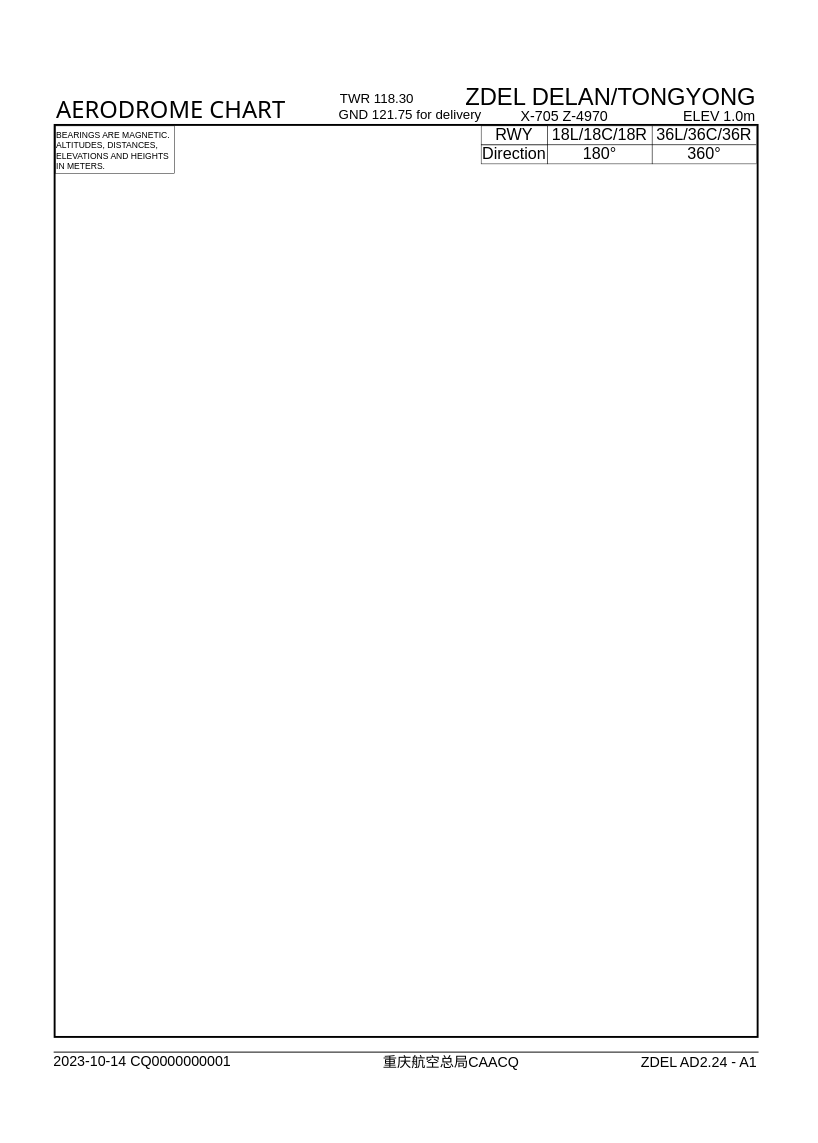
Before: test pic.drawio in HTony03/github_temp, a draw.io diagram. Source tidied: cells renumbered, new cells numbered last; positions are measured from the earlier drawing's top-left corner, leaving out a move shared by most shapes. Both pictures are drawn from the tidied source at 95%, with x=0, y=0 at pixel (16, 16).
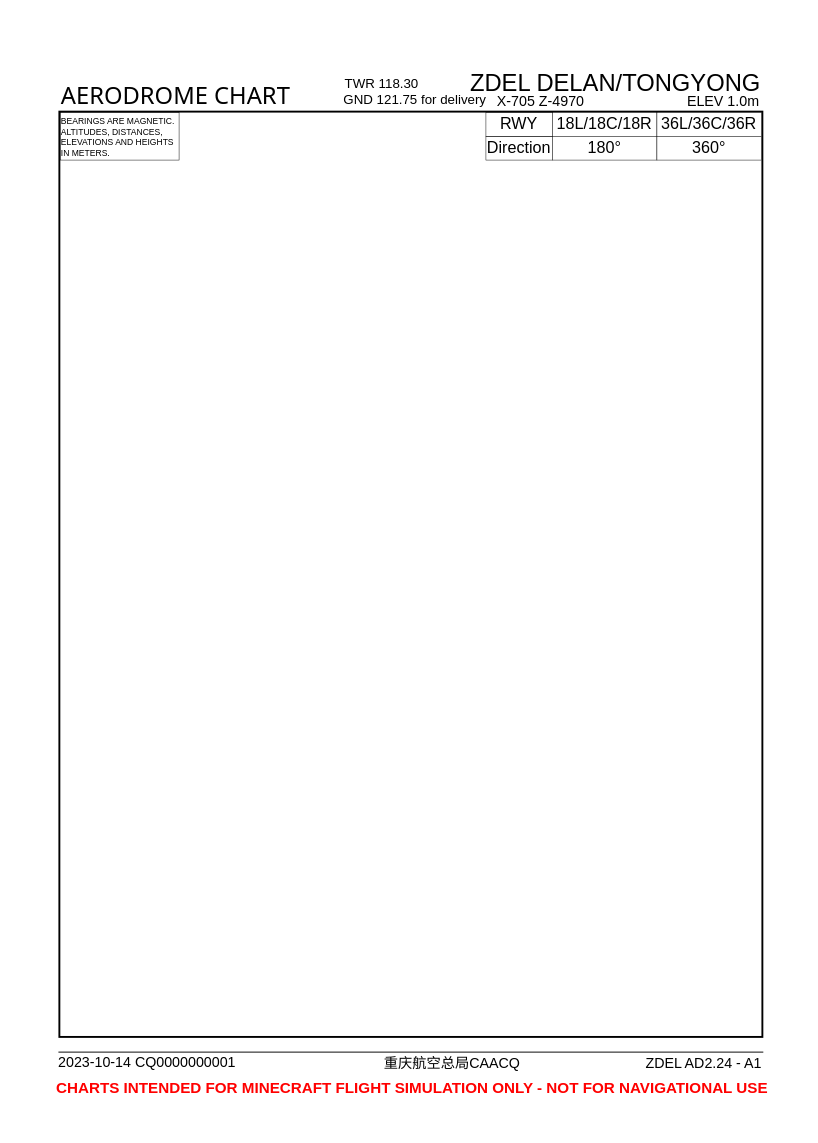
The same page after the edit.

Diff of the diagram source:
```diff
@@
-    <mxCell id="3" style="rounded=0;whiteSpace=wrap;html=1;strokeWidth=2;fillColor=none;" parent="1" vertex="1">
-      <mxGeometry x="40" y="114" width="740" height="960" as="geometry" />
-    </mxCell>
+    <mxCell id="20" style="rounded=0;whiteSpace=wrap;html=1;strokeWidth=2;fillColor=none;" parent="1" vertex="1">
+      <mxGeometry x="45" y="100" width="740" height="974" as="geometry" />
+    </mxCell>
     <mxCell id="4" value="&lt;span style=&quot;font-style: normal; font-variant-ligatures: normal; font-variant-caps: normal; letter-spacing: normal; orphans: 2; text-align: start; text-indent: 0px; text-transform: none; widows: 2; word-spacing: 0px; -webkit-text-stroke-width: 0px; text-decoration-thickness: initial; text-decoration-style: initial; text-decoration-color: initial; float: none; font-size: 25px; display: inline !important;&quot;&gt;&lt;font style=&quot;font-size: 25px;&quot;&gt;AERODROME CHART&lt;/font&gt;&lt;/span&gt;" style="text;html=1;whiteSpace=wrap;labelBackgroundColor=none;fontColor=#000000;fontFamily=Tahoma;fontStyle=0;fontSize=25;" parent="1" vertex="1">
-      <mxGeometry x="40" y="75" width="264" height="40" as="geometry" />
+      <mxGeometry x="45" y="60" width="264" height="40" as="geometry" />
     </mxCell>
     <mxCell id="5" value="&lt;font style=&quot;font-size: 25px;&quot;&gt;ZDEL DELAN/TONGYONG&lt;/font&gt;" style="text;html=1;align=center;verticalAlign=middle;strokeColor=none;fillColor=none;fontSize=25;" parent="1" vertex="1">
-      <mxGeometry x="460" y="64" width="330" height="40" as="geometry" />
+      <mxGeometry x="465" y="49" width="330" height="40" as="geometry" />
     </mxCell>
-    <mxCell id="6" value="X-705 Z-4970                   ELEV 1.0m " style="text;whiteSpace=wrap;fontSize=15;verticalAlign=middle;" parent="1" vertex="1">
-      <mxGeometry x="529" y="94" width="261" height="20" as="geometry" />
+    <mxCell id="6" value="X-705 Z-4970                          ELEV 1.0m " style="text;whiteSpace=wrap;fontSize=15;verticalAlign=middle;" parent="1" vertex="1">
+      <mxGeometry x="504" y="79" width="286" height="20" as="geometry" />
     </mxCell>
     <mxCell id="7" value="TWR 118.30" style="text;html=1;align=center;verticalAlign=middle;strokeColor=none;fillColor=none;fontSize=14;" parent="1" vertex="1">
-      <mxGeometry x="329" y="71" width="100" height="30" as="geometry" />
+      <mxGeometry x="334" y="56" width="100" height="30" as="geometry" />
     </mxCell>
     <mxCell id="8" value="GND 121.75 for delivery" style="text;html=1;align=center;verticalAlign=middle;strokeColor=none;fillColor=none;fontSize=14;" parent="1" vertex="1">
-      <mxGeometry x="329" y="88" width="170" height="30" as="geometry" />
+      <mxGeometry x="334" y="73" width="170" height="30" as="geometry" />
     </mxCell>
     <mxCell id="9" value="BEARINGS ARE MAGNETIC.&#10;ALTITUDES,   DISTANCES,&#10;ELEVATIONS AND HEIGHTS&#10;IN METERS." style="text;fontColor=#000000;verticalAlign=top;spacing=0;spacingTop=0;spacingBottom=0;horizontal=1;strokeColor=default;fontFamily=Helvetica;fontSize=9;spacingLeft=1;strokeWidth=0.5;perimeterSpacing=0;" parent="1" vertex="1">
-      <mxGeometry x="41" y="115" width="125" height="50" as="geometry" />
+      <mxGeometry x="46" y="101" width="125" height="50" as="geometry" />
     </mxCell>
     <mxCell id="10" value="&lt;font style=&quot;font-size: 17px;&quot;&gt;RWY&lt;/font&gt;" style="rounded=0;whiteSpace=wrap;html=1;fillColor=none;fontSize=17;strokeWidth=0.5;" parent="1" vertex="1">
-      <mxGeometry x="489" y="115" width="70" height="20" as="geometry" />
+      <mxGeometry x="494" y="101" width="70" height="25" as="geometry" />
     </mxCell>
     <mxCell id="11" value="18L/18C/18R" style="rounded=0;whiteSpace=wrap;html=1;fontSize=17;strokeWidth=0.5;" parent="1" vertex="1">
-      <mxGeometry x="559" y="115" width="110" height="20" as="geometry" />
+      <mxGeometry x="564" y="101" width="110" height="25" as="geometry" />
     </mxCell>
     <mxCell id="12" value="Direction" style="rounded=0;whiteSpace=wrap;html=1;fillColor=none;fontSize=17;strokeWidth=0.5;" parent="1" vertex="1">
-      <mxGeometry x="489" y="135" width="70" height="20" as="geometry" />
+      <mxGeometry x="494" y="126" width="70" height="25" as="geometry" />
     </mxCell>
     <mxCell id="13" value="36L/36C/36R" style="rounded=0;whiteSpace=wrap;html=1;fontSize=17;strokeWidth=0.5;" parent="1" vertex="1">
-      <mxGeometry x="669" y="115" width="110" height="20" as="geometry" />
+      <mxGeometry x="674" y="101" width="110" height="25" as="geometry" />
     </mxCell>
     <mxCell id="14" value="180°" style="rounded=0;whiteSpace=wrap;html=1;fontSize=17;strokeWidth=0.5;" parent="1" vertex="1">
-      <mxGeometry x="559" y="135" width="110" height="20" as="geometry" />
+      <mxGeometry x="564" y="126" width="110" height="25" as="geometry" />
     </mxCell>
     <mxCell id="15" value="360°" style="rounded=0;whiteSpace=wrap;html=1;fontSize=17;strokeWidth=0.5;" parent="1" vertex="1">
-      <mxGeometry x="669" y="135" width="110" height="20" as="geometry" />
+      <mxGeometry x="674" y="126" width="110" height="25" as="geometry" />
     </mxCell>
-    <mxCell id="16" style="endArrow=none;html=1;rounded=0;" parent="1" edge="1">
-      <mxGeometry relative="1" as="geometry">
-        <mxPoint x="39" y="1090" as="sourcePoint" />
-        <mxPoint x="781" y="1090" as="targetPoint" />
-      </mxGeometry>
-    </mxCell>
+    <mxCell id="21" style="endArrow=none;html=1;rounded=0;" parent="1" edge="1">
+      <mxGeometry relative="1" as="geometry">
+        <mxPoint x="44" y="1090" as="sourcePoint" />
+        <mxPoint x="786" y="1090" as="targetPoint" />
+      </mxGeometry>
+    </mxCell>
     <mxCell id="17" value="&lt;font style=&quot;font-size: 15px;&quot;&gt;&amp;nbsp;重庆航空总局CAACQ&lt;/font&gt;" style="text;html=1;align=center;verticalAlign=middle;strokeColor=none;fillColor=none;spacingTop=2;fontSize=15;" parent="1" vertex="1">
-      <mxGeometry x="370" y="1084" width="170" height="30" as="geometry" />
+      <mxGeometry x="371" y="1085" width="170" height="30" as="geometry" />
     </mxCell>
     <mxCell id="18" value="ZDEL AD2.24 - A1" style="text;html=1;align=center;verticalAlign=middle;strokeColor=none;fillColor=none;fontSize=15;" parent="1" vertex="1">
-      <mxGeometry x="643" y="1085" width="150" height="30" as="geometry" />
+      <mxGeometry x="648" y="1086" width="150" height="30" as="geometry" />
     </mxCell>
     <mxCell id="19" value="&lt;font style=&quot;font-size: 15px;&quot;&gt;2023-10-14 CQ0000000001&lt;/font&gt;" style="text;html=1;align=center;verticalAlign=middle;strokeColor=none;fillColor=none;fontSize=15;" parent="1" vertex="1">
-      <mxGeometry x="27" y="1084" width="210" height="30" as="geometry" />
+      <mxGeometry x="32" y="1085" width="210" height="30" as="geometry" />
     </mxCell>
+    <mxCell id="22" value="CHARTS INTENDED FOR MINECRAFT FLIGHT SIMULATION ONLY - NOT FOR NAVIGATIONAL USE" style="text;html=1;align=center;verticalAlign=middle;strokeColor=none;fillColor=none;fontColor=#FF0000;fontStyle=1;fontSize=16;" parent="1" vertex="1">
+      <mxGeometry x="31" y="1113" width="770" height="30" as="geometry" />
+    </mxCell>
```
